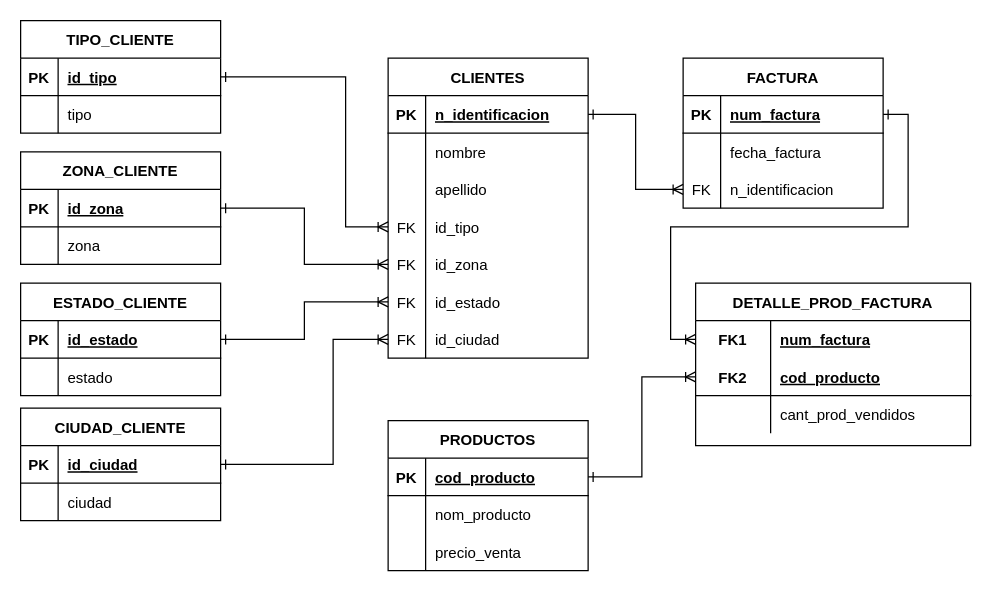
This is page "Modelo Relacional" (2 of 2) of Diagrama sin título.drawio from l14sfv/PrimerRepositorio, a draw.io file, before an edit. Source tidied: cells renumbered, new cells numbered last; positions are measured from the earlier drawing's top-left corner, leaving out a move shared by most shapes. Both pictures are drawn from the tidied source at 125%, with x=0, y=0 at pixel (20, 20).
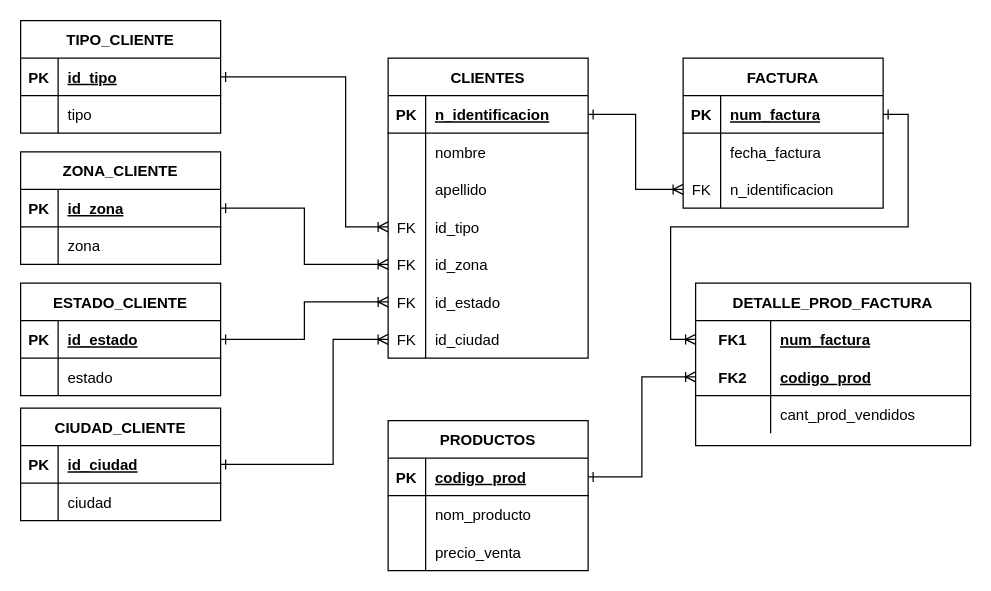
The same diagram, later.

The change refers to these unchanged cells:
```xml
<mxCell id="68" style="shape=tableRow;horizontal=0;startSize=0;swimlaneHead=0;swimlaneBody=0;fillColor=none;points=[[0,0.5],[1,0.5]];portConstraint=eastwest;top=0;left=0;right=0;bottom=1;" parent="67" vertex="1">
  <mxGeometry y="30" width="160" height="30" as="geometry" />
</mxCell>
<mxCell id="81" style="shape=tableRow;horizontal=0;startSize=0;swimlaneHead=0;swimlaneBody=0;fillColor=none;points=[[0,0.5],[1,0.5]];portConstraint=eastwest;top=0;left=0;right=0;bottom=1;" parent="77" vertex="1">
  <mxGeometry y="60" width="220" height="30" as="geometry" />
</mxCell>
```

Change to the diagram source:
```diff
@@
-    <mxCell id="70" value="cod_producto" style="shape=partialRectangle;fillColor=none;top=0;left=0;bottom=0;right=0;align=left;spacingLeft=6;fontStyle=5;overflow=hidden;" parent="68" vertex="1">
+    <mxCell id="70" value="codigo_prod" style="shape=partialRectangle;fillColor=none;top=0;left=0;bottom=0;right=0;align=left;spacingLeft=6;fontStyle=5;overflow=hidden;" parent="68" vertex="1">
       <mxGeometry x="30" width="130" height="30" as="geometry" />
     </mxCell>
@@
-    <mxCell id="83" value="cod_producto" style="shape=partialRectangle;fillColor=none;top=0;left=0;bottom=0;right=0;align=left;spacingLeft=6;fontStyle=5;overflow=hidden;" parent="81" vertex="1">
+    <mxCell id="83" value="codigo_prod" style="shape=partialRectangle;fillColor=none;top=0;left=0;bottom=0;right=0;align=left;spacingLeft=6;fontStyle=5;overflow=hidden;" parent="81" vertex="1">
       <mxGeometry x="60" width="160" height="30" as="geometry" />
     </mxCell>
```
